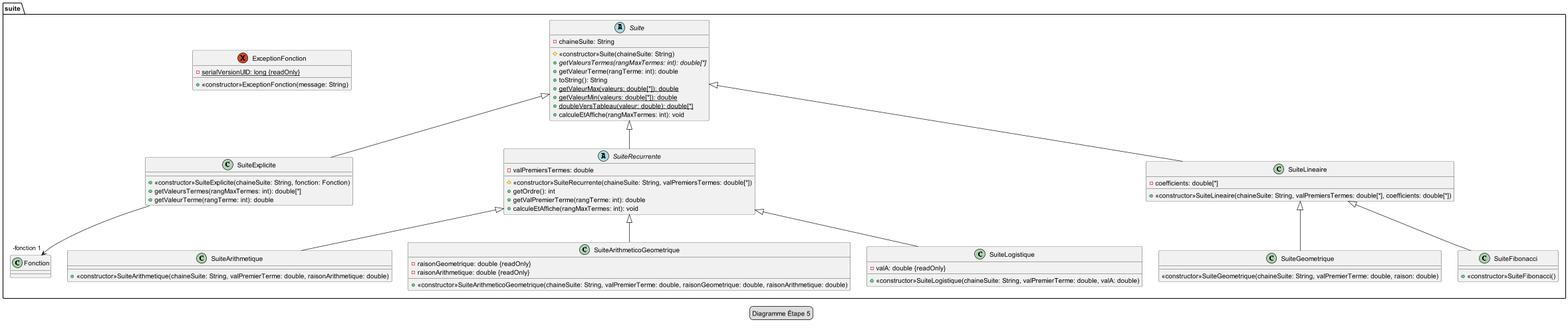
The PlantUML diagram plantuml/etape_5_diagramme.png in carlkolodziejski/sweet, before a commit.
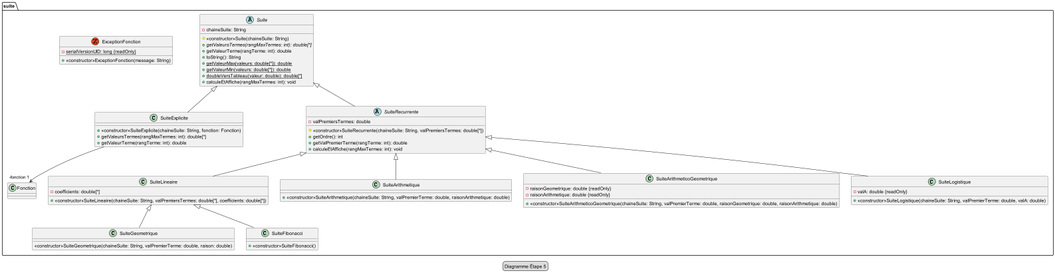
Above is the later version.

Diff of the diagram source:
```diff
@@ -37,7 +37,7 @@
         +calculeEtAffiche(rangMaxTermes: int): void
     }
 
-    class SuiteLineaire extends Suite {
+    class SuiteLineaire extends SuiteRecurrente {
         -coefficients: double[*]
         +<<constructor>>SuiteLineaire(chaineSuite: String, valPremiersTermes: double[*], coefficients: double[*])
     }
```
